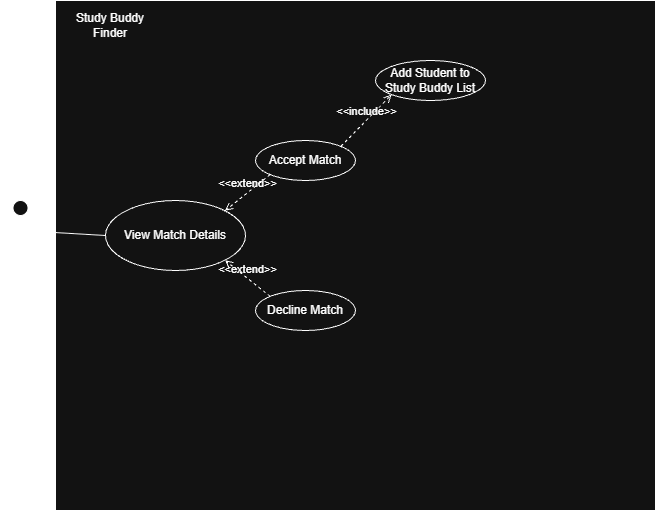
The draw.io diagram docs/uml/slices/jordan-view-match-details/use-case.png in Deismus/Group6Project, before a commit. Source tidied: cells renumbered, new cells last; positions are measured from the earlier drawing's top-left corner, leaving out a move shared by most shapes.
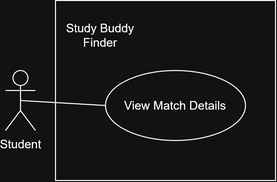
After the change.

The edit, as a diff of the source:
```diff
@@ -3,10 +3,10 @@
     <mxCell id="0" />
     <mxCell id="1" parent="0" />
     <mxCell id="2" style="rounded=0;whiteSpace=wrap;html=1;" parent="1" vertex="1">
-      <mxGeometry x="50" width="600" height="510" as="geometry" />
+      <mxGeometry x="50" y="130" width="220" height="180" as="geometry" />
     </mxCell>
     <mxCell id="3" value="Study Buddy Finder" style="text;html=1;whiteSpace=wrap;strokeColor=none;fillColor=none;align=center;verticalAlign=middle;rounded=0;" parent="1" vertex="1">
-      <mxGeometry x="60" y="10" width="90" height="30" as="geometry" />
+      <mxGeometry x="50" y="150" width="90" height="30" as="geometry" />
     </mxCell>
     <mxCell id="4" value="Student" style="shape=umlActor;verticalLabelPosition=bottom;verticalAlign=top;html=1;outlineConnect=0;" parent="1" vertex="1">
       <mxGeometry y="200" width="30" height="60" as="geometry" />
@@ -14,26 +14,8 @@
     <mxCell id="5" value="View Match Details" style="ellipse;whiteSpace=wrap;html=1;" parent="1" vertex="1">
       <mxGeometry x="100" y="200" width="140" height="70" as="geometry" />
     </mxCell>
-    <mxCell id="6" value="Accept Match" style="ellipse;whiteSpace=wrap;html=1;" parent="1" vertex="1">
-      <mxGeometry x="250" y="140" width="100" height="40" as="geometry" />
-    </mxCell>
-    <mxCell id="7" value="Decline Match" style="ellipse;whiteSpace=wrap;html=1;" parent="1" vertex="1">
-      <mxGeometry x="250" y="290" width="100" height="40" as="geometry" />
-    </mxCell>
-    <mxCell id="8" value="&amp;lt;&amp;lt;extend&amp;gt;&amp;gt;" style="html=1;verticalAlign=bottom;labelBackgroundColor=none;endArrow=open;endFill=0;dashed=1;rounded=0;entryX=1;entryY=0;entryDx=0;entryDy=0;exitX=0;exitY=1;exitDx=0;exitDy=0;" parent="1" edge="1" source="6" target="5">
-      <mxGeometry relative="1" as="geometry" />
-    </mxCell>
-    <mxCell id="9" value="&amp;lt;&amp;lt;extend&amp;gt;&amp;gt;" style="html=1;verticalAlign=bottom;labelBackgroundColor=none;endArrow=open;endFill=0;dashed=1;rounded=0;exitX=0;exitY=0;exitDx=0;exitDy=0;entryX=1;entryY=1;entryDx=0;entryDy=0;" parent="1" edge="1" source="7" target="5">
-      <mxGeometry relative="1" as="geometry" />
-    </mxCell>
     <mxCell id="10" style="endArrow=none;html=1;rounded=0;exitX=0.5;exitY=0.5;exitDx=0;exitDy=0;exitPerimeter=0;entryX=0;entryY=0.5;entryDx=0;entryDy=0;" parent="1" edge="1" source="4" target="5">
       <mxGeometry relative="1" as="geometry" />
     </mxCell>
-    <mxCell id="11" value="Add Student to Study Buddy List" style="ellipse;whiteSpace=wrap;html=1;" parent="1" vertex="1">
-      <mxGeometry x="370" y="60" width="110" height="40" as="geometry" />
-    </mxCell>
-    <mxCell id="12" value="&amp;lt;&amp;lt;include&amp;gt;&amp;gt;" style="html=1;verticalAlign=bottom;labelBackgroundColor=none;endArrow=open;endFill=0;dashed=1;rounded=0;exitX=1;exitY=0;exitDx=0;exitDy=0;entryX=0;entryY=1;entryDx=0;entryDy=0;" parent="1" edge="1" source="6" target="11">
-      <mxGeometry relative="1" as="geometry" />
-    </mxCell>
   </root>
 </mxGraphModel>
```
